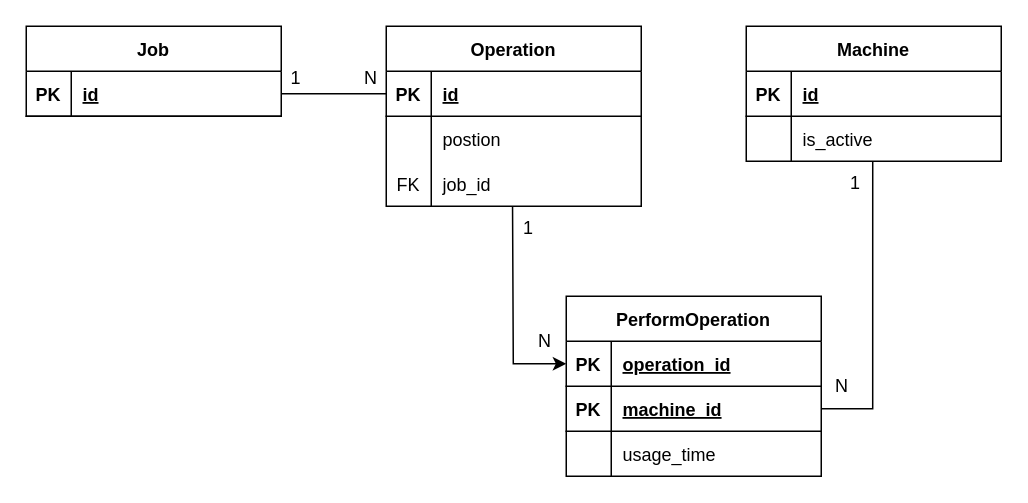
Earlier version of the draw.io diagram docs/er-model.drawio (luispereira1999/fjsp). Source tidied: cells renumbered, new cells numbered last; positions are measured from the earlier drawing's top-left corner, leaving out a move shared by most shapes. Both pictures are drawn from the tidied source at 150%, with x=0, y=0 at pixel (26, 26).
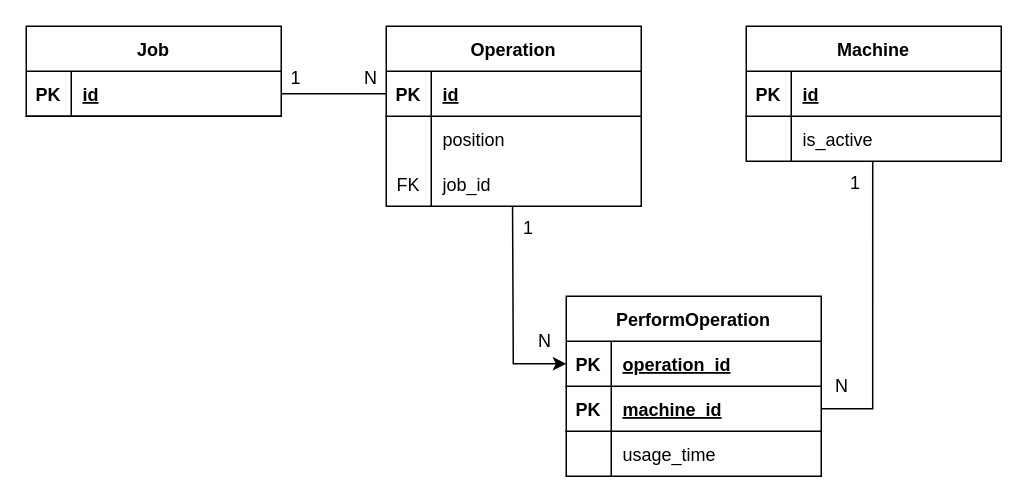
The same diagram, later.

The change refers to these unchanged cells:
```xml
<mxCell id="13" style="shape=tableRow;horizontal=0;startSize=0;swimlaneHead=0;swimlaneBody=0;fillColor=none;top=0;left=0;right=0;bottom=0;" parent="9" vertex="1">
  <mxGeometry y="60" width="170" height="30" as="geometry" />
</mxCell>
```

What changed in the source:
```diff
@@
-    <mxCell id="15" value="postion" style="shape=partialRectangle;fillColor=none;top=0;left=0;bottom=0;right=0;align=left;spacingLeft=6;overflow=hidden;" parent="13" vertex="1">
-      <mxGeometry x="30" width="140" height="30" as="geometry" />
-    </mxCell>
+    <mxCell id="42" value="position" style="shape=partialRectangle;fillColor=none;top=0;left=0;bottom=0;right=0;align=left;spacingLeft=6;overflow=hidden;" parent="13" vertex="1">
+      <mxGeometry x="30" width="140" height="30" as="geometry" />
+    </mxCell>
```
